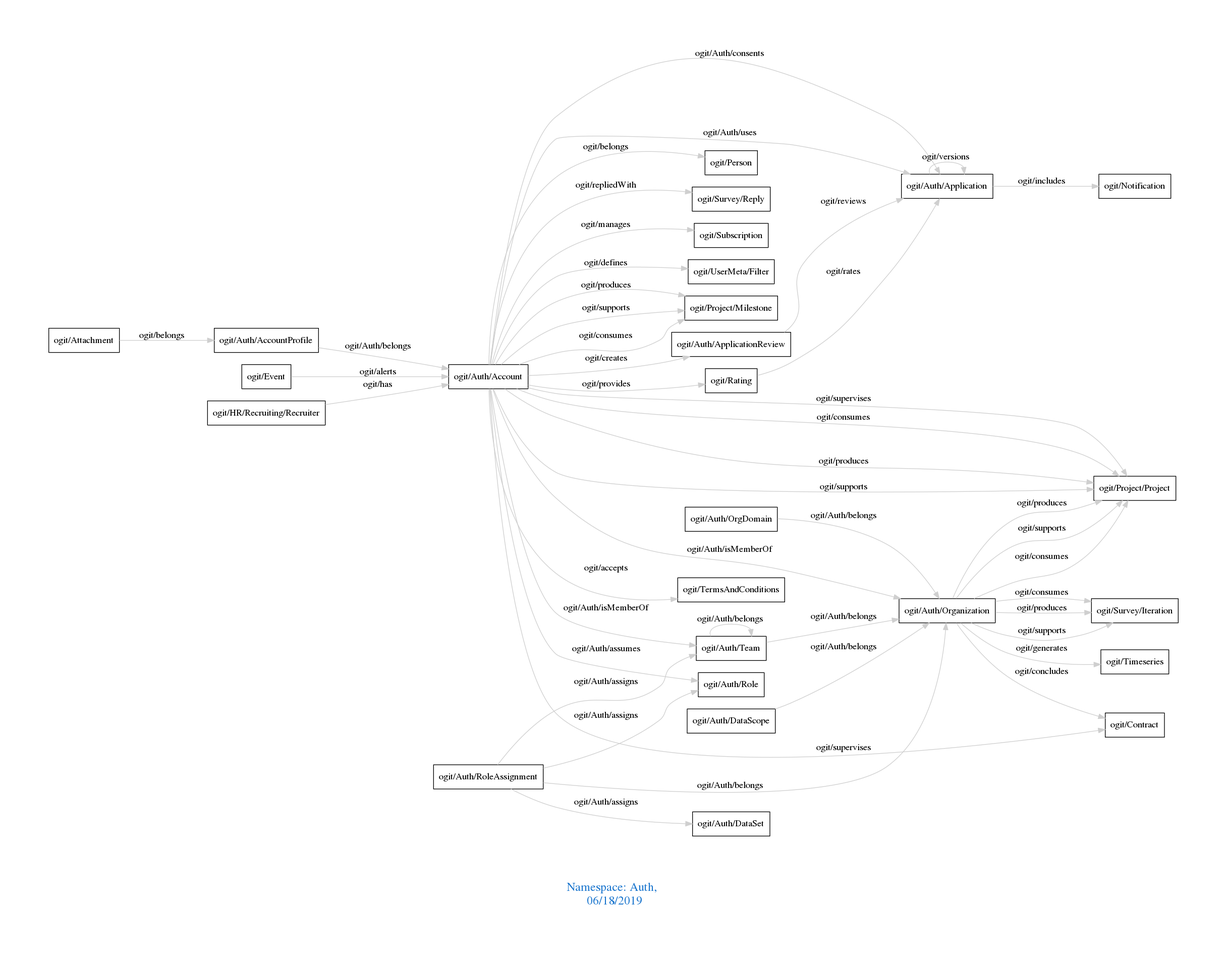
The Graphviz diagram downloads/Auth.png in arago/OGIT, before a commit. Its source is kept beside it as downloads/Auth.dot.
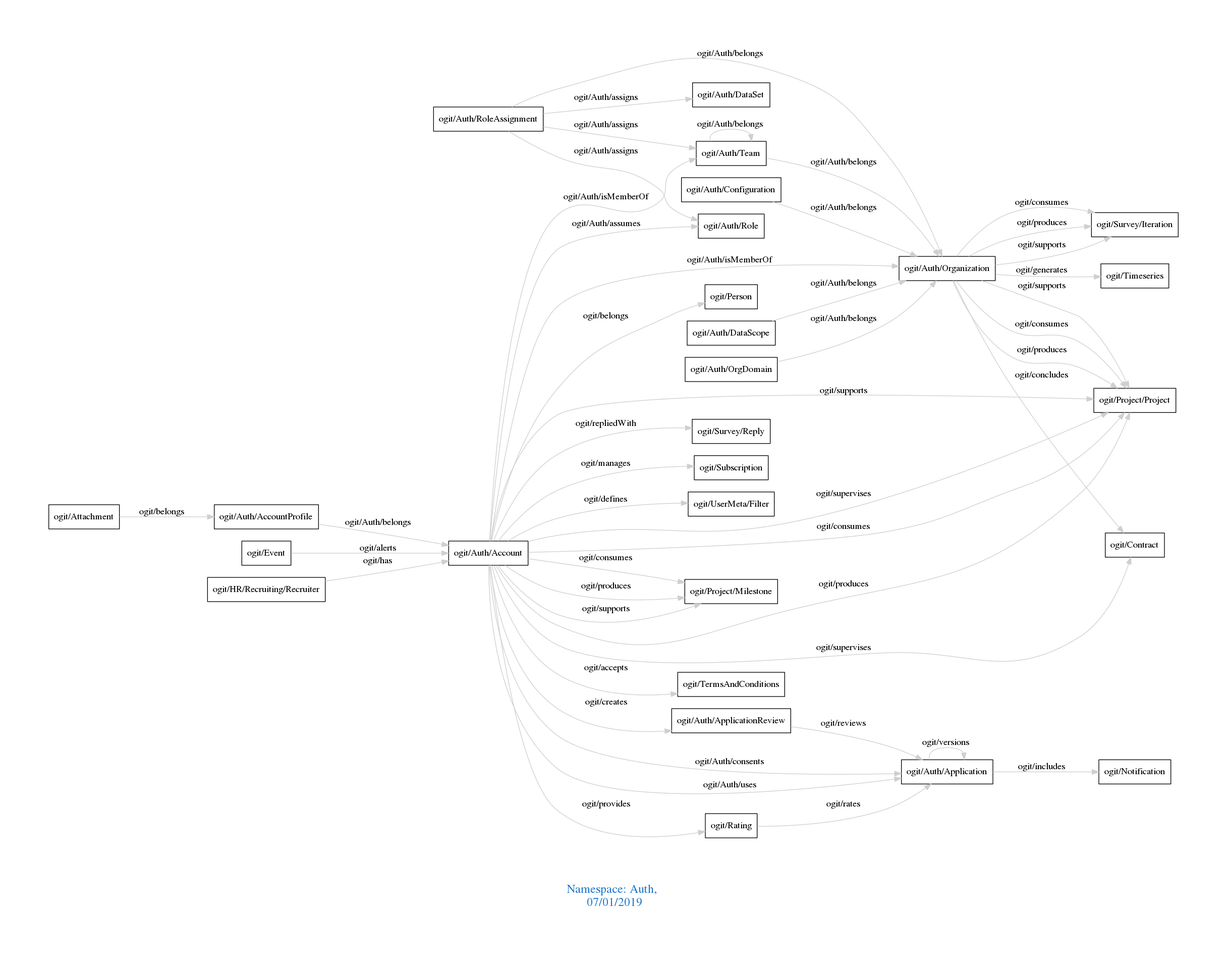
After the commit.

Change to the diagram source:
```diff
@@ -1,13 +1,14 @@
 digraph OGIT_ontology {
  graph [ rankdir= LR,pad=1
 fontsize = 18,
-fontcolor= dodgerblue3,label = "\n\n\nNamespace: Auth, \n 06/18/2019"];
+fontcolor= dodgerblue3,label = "\n\n\nNamespace: Auth, \n 07/01/2019"];
 node[shape=polygon];
 edge [  color="gray81"];
 
    "ogit/Auth/Account" -> "ogit/Subscription" [label="   ogit/manages    "];
    "ogit/Auth/Account" -> "ogit/UserMeta/Filter" [label="   ogit/defines    "];
    "ogit/Auth/AccountProfile" -> "ogit/Auth/Account" [label="   ogit/Auth/belongs    "];
+   "ogit/Auth/Configuration" -> "ogit/Auth/Organization" [label="   ogit/Auth/belongs    "];
    "ogit/Auth/DataScope" -> "ogit/Auth/Organization" [label="   ogit/Auth/belongs    "];
    "ogit/Auth/OrgDomain" -> "ogit/Auth/Organization" [label="   ogit/Auth/belongs    "];
    "ogit/Auth/RoleAssignment" -> "ogit/Auth/Organization" [label="   ogit/Auth/belongs    "];
```
